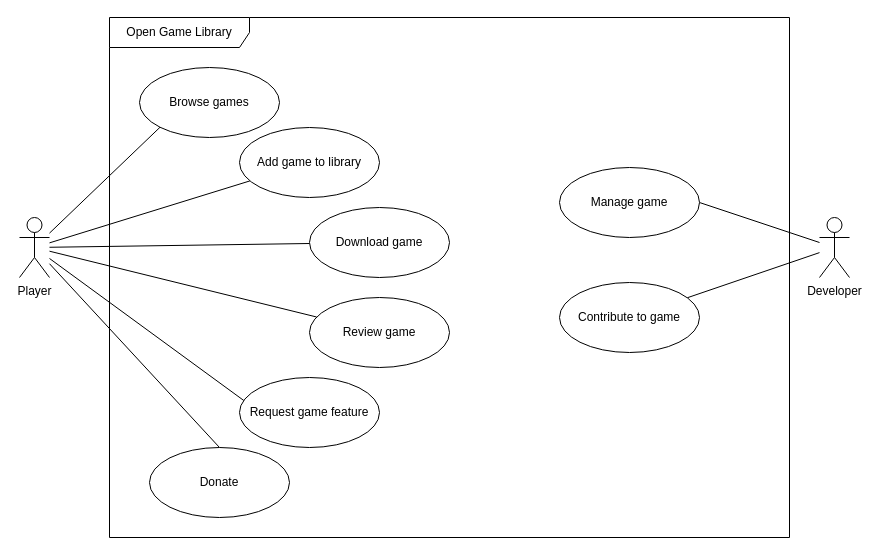
Earlier version of the draw.io diagram models/Ole/use-case.drawio (Hoglar/specDrivenDev). Source tidied: cells renumbered, new cells numbered last; positions are measured from the earlier drawing's top-left corner, leaving out a move shared by most shapes. Both pictures are drawn from the tidied source at 100%, with x=0, y=0 at pixel (19, 17).
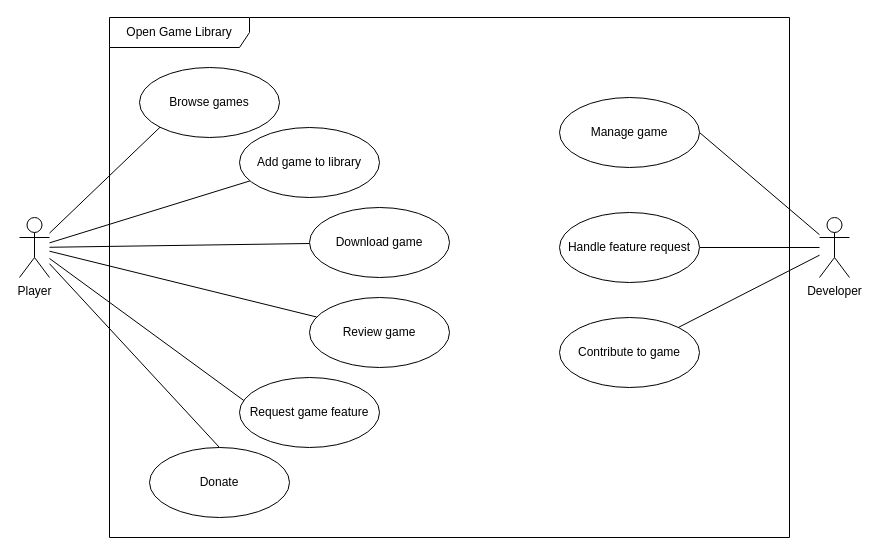
The same page after the edit.

The change refers to these unchanged cells:
```xml
<mxCell id="16" value="Developer" style="shape=umlActor;verticalLabelPosition=bottom;verticalAlign=top;html=1;" parent="1" vertex="1">
  <mxGeometry x="800" y="200" width="30" height="60" as="geometry" />
</mxCell>
```

Change to the diagram source:
```diff
@@
+    <mxCell id="21" style="edgeStyle=none;html=1;endArrow=none;endFill=0;" parent="1" edge="1" source="16" target="22">
+      <mxGeometry relative="1" as="geometry" />
+    </mxCell>
@@
     <mxCell id="17" value="Manage game" style="ellipse;whiteSpace=wrap;html=1;" parent="1" vertex="1">
-      <mxGeometry x="540" y="150" width="140" height="70" as="geometry" />
+      <mxGeometry x="540" y="80" width="140" height="70" as="geometry" />
     </mxCell>
     <mxCell id="18" value="Contribute to game" style="ellipse;whiteSpace=wrap;html=1;" parent="1" vertex="1">
-      <mxGeometry x="540" y="265" width="140" height="70" as="geometry" />
+      <mxGeometry x="540" y="300" width="140" height="70" as="geometry" />
     </mxCell>
@@
+    <mxCell id="22" value="Handle feature request" style="ellipse;whiteSpace=wrap;html=1;" parent="1" vertex="1">
+      <mxGeometry x="540" y="195" width="140" height="70" as="geometry" />
+    </mxCell>
```
